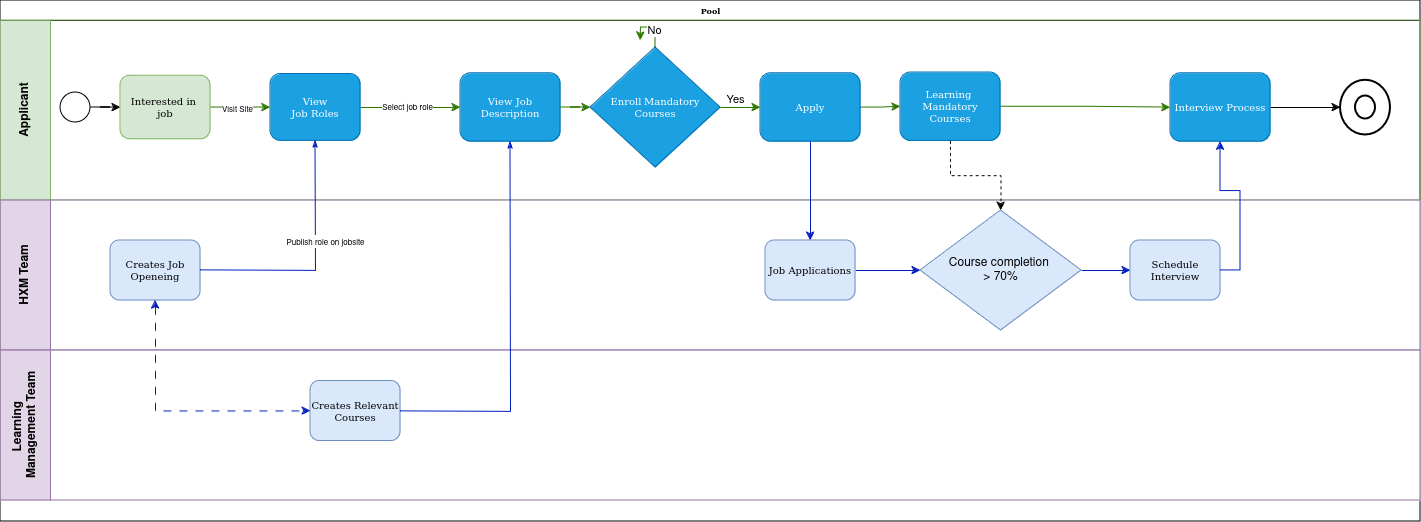
This is BPMN/Untitled Diagram.drawio.png from Meharaj-thoufik/Quality-Candidate-Recruit, a draw.io export, as it was before one commit. Source tidied: cells renumbered, new cells last; positions are measured from the earlier drawing's top-left corner, leaving out a move shared by most shapes.
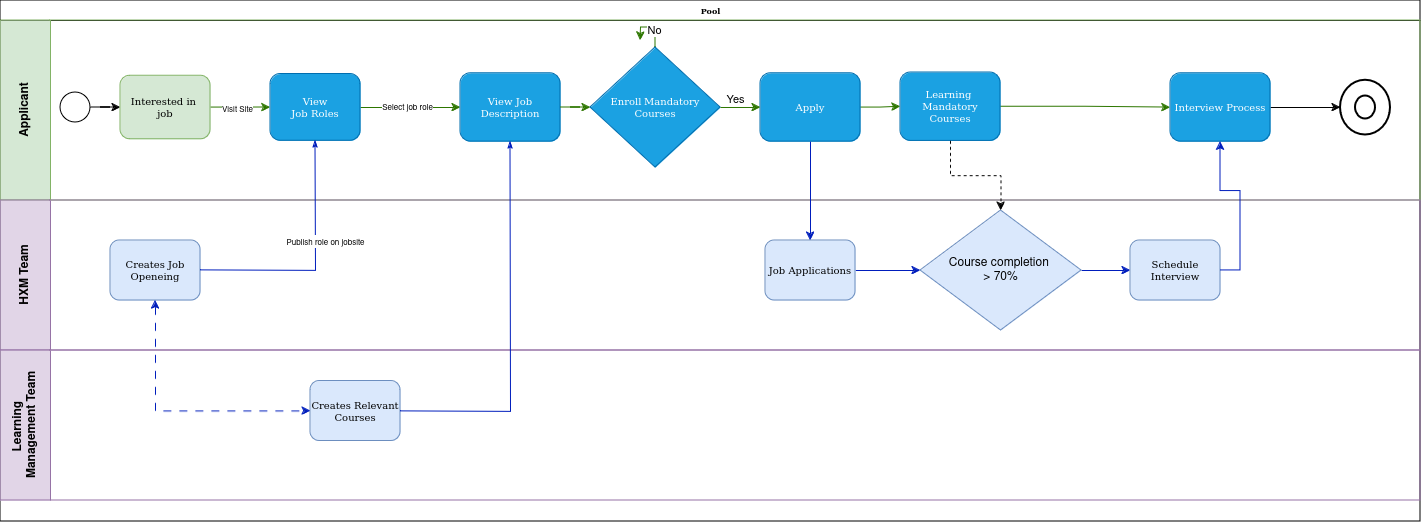
The same file after the commit.

The edit, as a diff of the source:
```diff
@@ -2,7 +2,7 @@
   <root>
     <mxCell id="0" />
     <mxCell id="1" parent="0" />
-    <mxCell id="2" value="Pool" style="swimlane;html=1;horizontal=1;startSize=20;rounded=0;shadow=0;labelBackgroundColor=none;strokeWidth=1;fontFamily=Verdana;fontSize=8;align=center;swimlaneFillColor=default;" parent="1" vertex="1">
+    <mxCell id="2" value="Pool" style="swimlane;html=1;horizontal=1;startSize=20;rounded=0;shadow=0;labelBackgroundColor=none;strokeWidth=1;fontFamily=Verdana;fontSize=8;align=center;swimlaneFillColor=none;" parent="1" vertex="1">
       <mxGeometry width="1420" height="521" as="geometry" />
     </mxCell>
     <mxCell id="3" value="Applicant" style="swimlane;html=1;startSize=50;horizontal=0;fillColor=#d5e8d4;strokeColor=#82b366;" parent="2" vertex="1">
@@ -83,7 +83,7 @@
     <mxCell id="26" style="strokeWidth=2;html=1;shape=mxgraph.flowchart.start_2;whiteSpace=wrap;" parent="3" vertex="1">
       <mxGeometry x="1355" y="75.5" width="20" height="23" as="geometry" />
     </mxCell>
-    <mxCell id="27" value="HXM Team" style="swimlane;html=1;startSize=50;horizontal=0;fillColor=#e1d5e7;strokeColor=#9673a6;swimlaneFillColor=default;" parent="2" vertex="1">
+    <mxCell id="27" value="HXM Team" style="swimlane;html=1;startSize=50;horizontal=0;fillColor=#e1d5e7;strokeColor=#9673a6;swimlaneFillColor=none;" parent="2" vertex="1">
       <mxGeometry y="200" width="1420" height="150" as="geometry" />
     </mxCell>
     <mxCell id="28" value="&lt;font size=&quot;1&quot;&gt;&lt;span&gt;Creates Job Openeing &lt;/span&gt;&lt;/font&gt;" style="rounded=1;whiteSpace=wrap;html=1;shadow=0;labelBackgroundColor=none;strokeWidth=1;fontFamily=Verdana;fontSize=8;align=center;fillColor=#dae8fc;strokeColor=#6c8ebf;" parent="27" vertex="1">
@@ -104,7 +104,7 @@
     <mxCell id="33" value="&lt;font style=&quot;font-size: 10px;&quot;&gt;Schedule Interview &lt;br&gt;&lt;/font&gt;" style="rounded=1;whiteSpace=wrap;html=1;shadow=0;labelBackgroundColor=none;strokeWidth=1;fontFamily=Verdana;fontSize=8;align=center;fillColor=#dae8fc;strokeColor=#6c8ebf;" parent="27" vertex="1">
       <mxGeometry x="1130" y="40" width="90" height="60" as="geometry" />
     </mxCell>
-    <mxCell id="34" value="&lt;div&gt;Learning&amp;nbsp;&lt;/div&gt;&lt;div&gt;Management Team&lt;br&gt;&lt;/div&gt;" style="swimlane;html=1;startSize=50;horizontal=0;fillColor=#e1d5e7;strokeColor=#9673a6;swimlaneFillColor=default;" parent="2" vertex="1">
+    <mxCell id="34" value="&lt;div&gt;Learning&amp;nbsp;&lt;/div&gt;&lt;div&gt;Management Team&lt;br&gt;&lt;/div&gt;" style="swimlane;html=1;startSize=50;horizontal=0;fillColor=#e1d5e7;strokeColor=#9673a6;swimlaneFillColor=none;" parent="2" vertex="1">
       <mxGeometry y="350" width="1420" height="150" as="geometry" />
     </mxCell>
     <mxCell id="35" value="&lt;div&gt;&lt;font size=&quot;1&quot;&gt;&lt;span&gt;Creates Relevant&lt;/span&gt;&lt;/font&gt;&lt;/div&gt;&lt;div&gt;&lt;font size=&quot;1&quot;&gt;&lt;span&gt;Courses &lt;/span&gt;&lt;/font&gt;&lt;/div&gt;" style="rounded=1;whiteSpace=wrap;html=1;shadow=0;labelBackgroundColor=none;strokeWidth=1;fontFamily=Verdana;fontSize=8;align=center;fillColor=#dae8fc;strokeColor=#6c8ebf;" parent="34" vertex="1">
```
